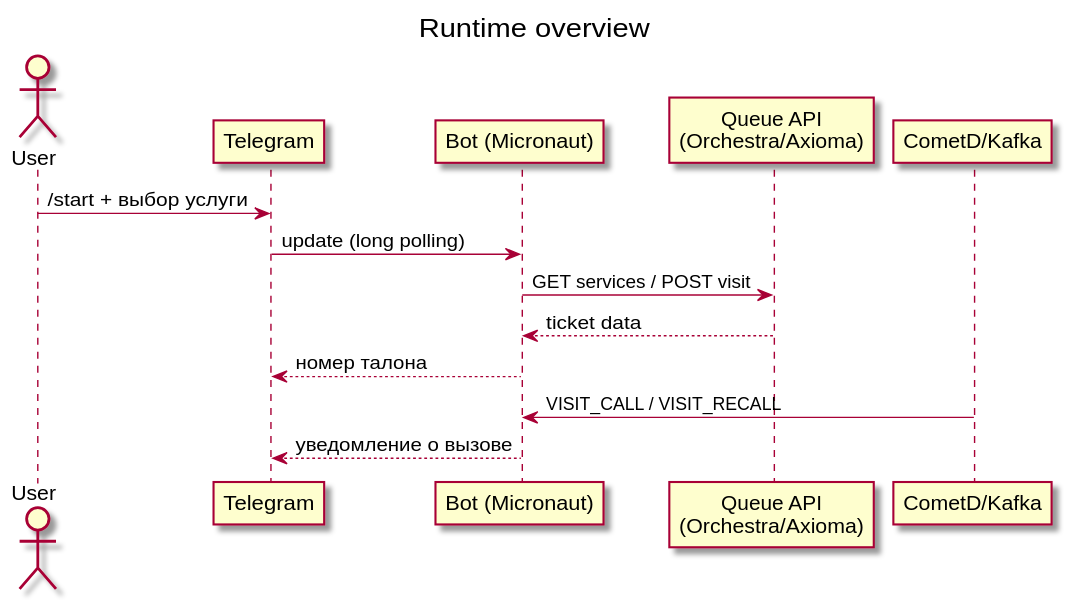
psokolov25/chatBotJava keeps this PlantUML diagram as docs/diagrams/runtime-overview.svg. Above is the earlier version. The source it was exported from:
```plantuml
@startuml
title Runtime overview
actor User
participant Telegram
participant "Bot (Micronaut)" as Bot
participant "Queue API\n(Orchestra/Axioma)" as Queue
participant "CometD/Kafka" as Events
User -> Telegram: /start + выбор услуги
Telegram -> Bot: update (long polling)
Bot -> Queue: GET services / POST visit
Queue --> Bot: ticket data
Bot --> Telegram: номер талона
Events -> Bot: VISIT_CALL / VISIT_RECALL
Bot --> Telegram: уведомление о вызове
@enduml
```
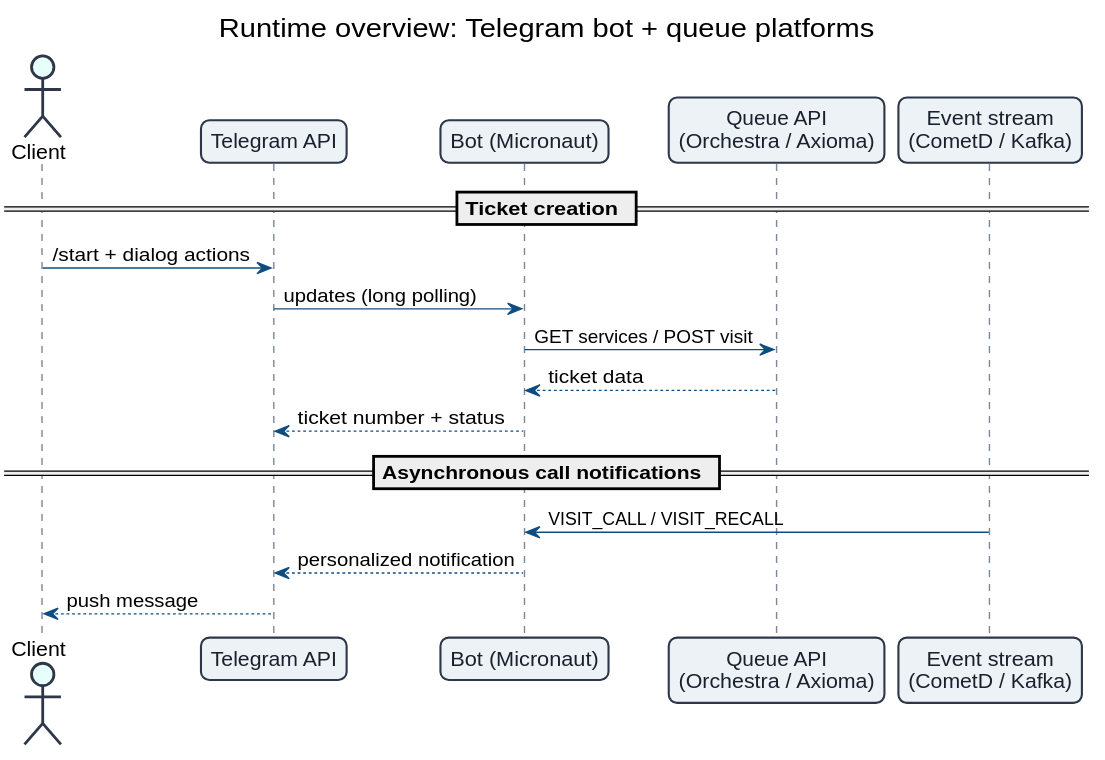
Later version of the same file.

Change to the diagram source:
```diff
@@ -1,15 +1,34 @@
 @startuml
-title Runtime overview
-actor User
-participant Telegram
+title Runtime overview: Telegram bot + queue platforms
+skinparam backgroundColor #FFFFFF
+skinparam shadowing false
+skinparam roundcorner 12
+skinparam sequence {
+  ArrowColor #0F4C81
+  LifeLineBorderColor #7C8798
+  LifeLineBackgroundColor #F7FAFC
+  ParticipantBorderColor #2D3748
+  ParticipantBackgroundColor #EDF2F7
+  ParticipantFontColor #1A202C
+  ActorBorderColor #2D3748
+  ActorBackgroundColor #E6FFFA
+}
+
+actor "Client" as User
+participant "Telegram API" as Telegram
 participant "Bot (Micronaut)" as Bot
-participant "Queue API\n(Orchestra/Axioma)" as Queue
-participant "CometD/Kafka" as Events
-User -> Telegram: /start + выбор услуги
-Telegram -> Bot: update (long polling)
+participant "Queue API\n(Orchestra / Axioma)" as Queue
+participant "Event stream\n(CometD / Kafka)" as Events
+
+== Ticket creation ==
+User -> Telegram: /start + dialog actions
+Telegram -> Bot: updates (long polling)
 Bot -> Queue: GET services / POST visit
 Queue --> Bot: ticket data
-Bot --> Telegram: номер талона
+Bot --> Telegram: ticket number + status
+
+== Asynchronous call notifications ==
 Events -> Bot: VISIT_CALL / VISIT_RECALL
-Bot --> Telegram: уведомление о вызове
+Bot --> Telegram: personalized notification
+Telegram --> User: push message
 @enduml
```
